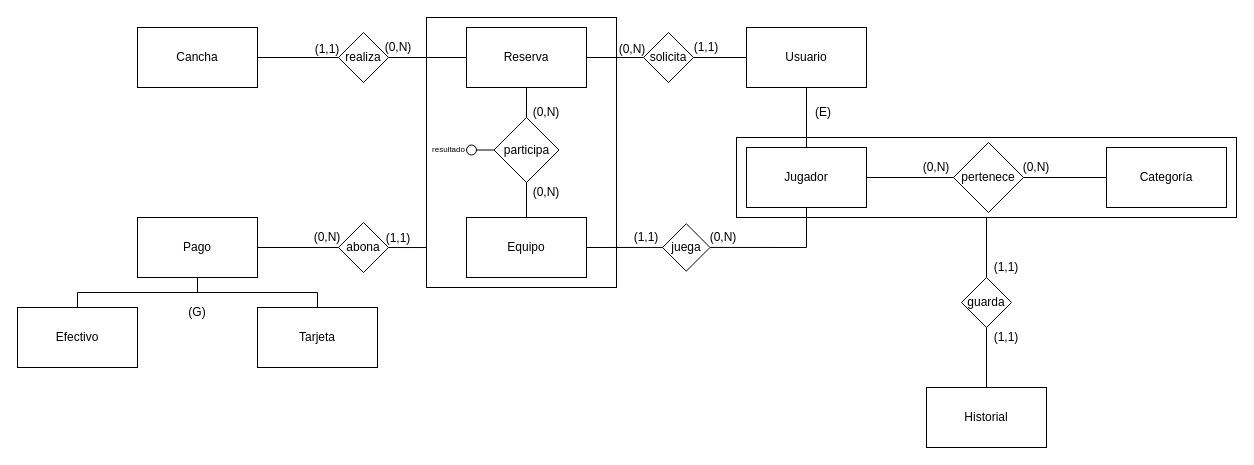
Ruyy7/Base-de-datos-1 keeps this draw.io diagram as Parciales/Parcial 4/Voley.drawio. Above is the earlier version. Source tidied: cells renumbered, new cells numbered last; positions are measured from the earlier drawing's top-left corner, leaving out a move shared by most shapes. Both pictures are drawn from the tidied source at 100%, with x=0, y=0 at pixel (17, 17).
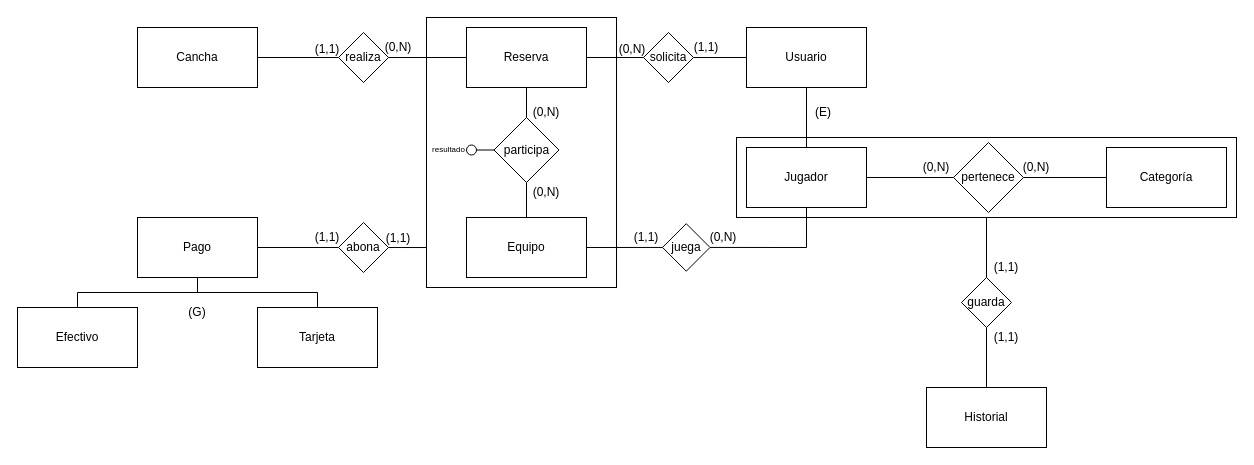
The same page after the edit.

Change to the diagram source:
```diff
@@
-    <mxCell id="34" value="(0,N)" style="text;html=1;strokeColor=none;fillColor=none;align=center;verticalAlign=middle;whiteSpace=wrap;rounded=0;" parent="1" vertex="1">
+    <mxCell id="34" value="(1,1)" style="text;html=1;strokeColor=none;fillColor=none;align=center;verticalAlign=middle;whiteSpace=wrap;rounded=0;" parent="1" vertex="1">
       <mxGeometry x="280" y="205" width="60" height="30" as="geometry" />
     </mxCell>
```
